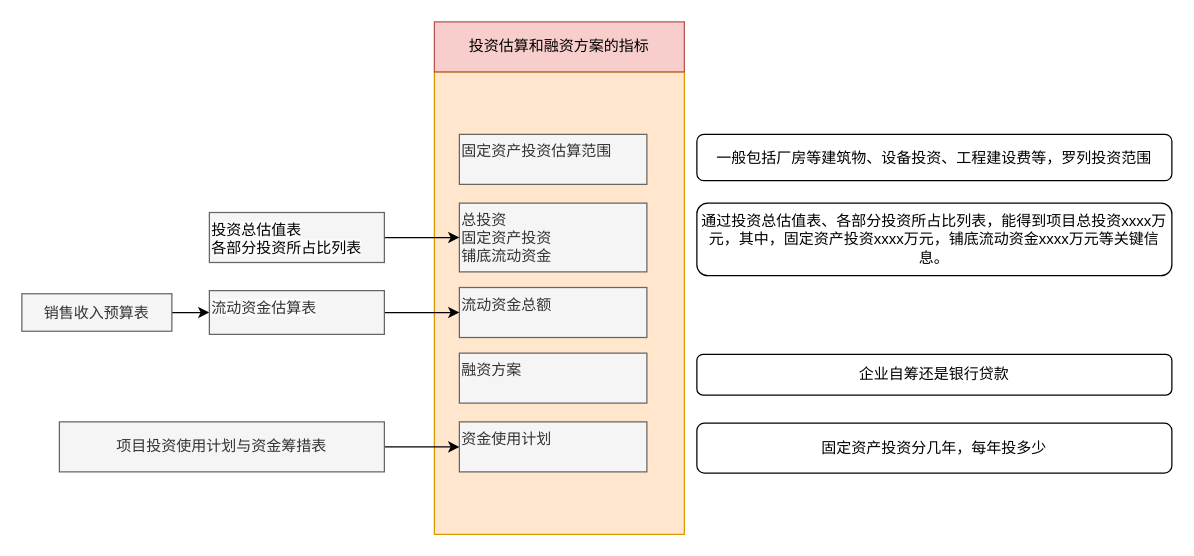
Before: page "Page-2" (2 of 4) of Untitled Diagram.drawio in Yatttin/attention-nmt, a draw.io diagram. Source tidied: cells renumbered, new cells numbered last; positions are measured from the earlier drawing's top-left corner, leaving out a move shared by most shapes. Both pictures are drawn from the tidied source at 125%, with x=0, y=0 at pixel (21, 21).
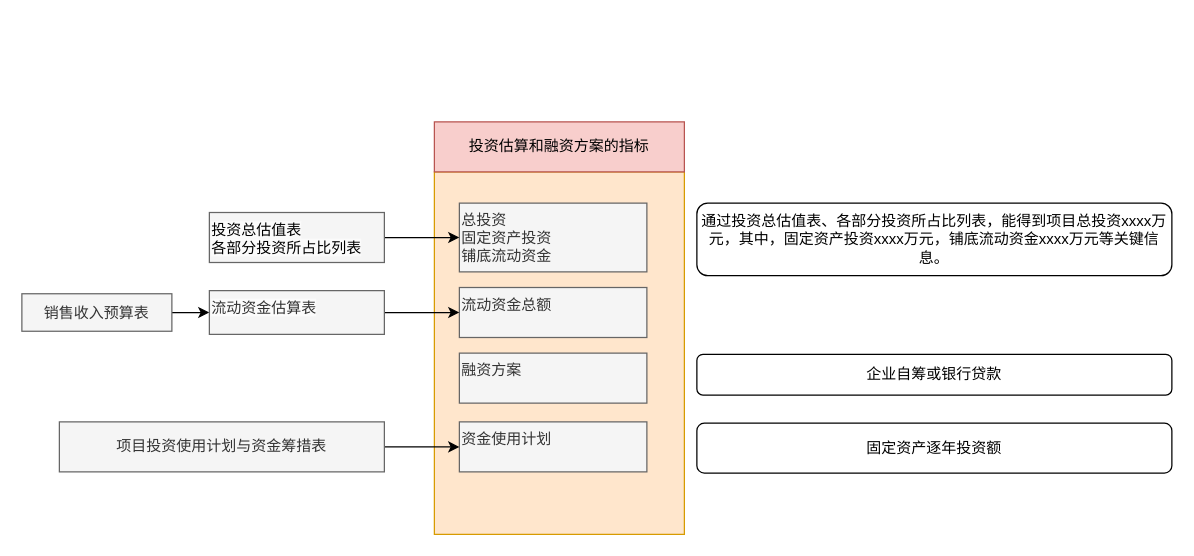
The same diagram, later.

Change to the diagram source:
```diff
@@
     <mxCell id="2" style="rounded=0;whiteSpace=wrap;html=1;fillColor=#ffe6cc;strokeColor=#d79b00;" parent="1" vertex="1">
-      <mxGeometry x="330" y="40" width="200" height="370" as="geometry" />
+      <mxGeometry x="330" y="120" width="200" height="290" as="geometry" />
     </mxCell>
-    <mxCell id="3" value="固定资产投资估算范围" style="text;whiteSpace=wrap;fillColor=#f5f5f5;fontColor=#333333;strokeColor=#666666;" parent="1" vertex="1">
-      <mxGeometry x="350" y="90" width="150" height="40" as="geometry" />
-    </mxCell>
@@
-    <mxCell id="8" value="&lt;span style=&quot;background-color: initial;&quot;&gt;一般包括厂房等建筑物、设备投资、工程建设费等，罗列投资范围&lt;/span&gt;" style="rounded=1;whiteSpace=wrap;html=1;" parent="1" vertex="1">
-      <mxGeometry x="540" y="90" width="380" height="37" as="geometry" />
-    </mxCell>
@@
-    <mxCell id="16" value="企业自筹还是银行贷款" style="rounded=1;whiteSpace=wrap;html=1;" parent="1" vertex="1">
+    <mxCell id="16" value="企业自筹或银行贷款" style="rounded=1;whiteSpace=wrap;html=1;" parent="1" vertex="1">
       <mxGeometry x="540" y="266" width="380" height="32.5" as="geometry" />
     </mxCell>
-    <mxCell id="17" value="固定资产投资分几年，每年投多少" style="rounded=1;whiteSpace=wrap;html=1;" parent="1" vertex="1">
+    <mxCell id="17" value="固定资产逐年投资额" style="rounded=1;whiteSpace=wrap;html=1;" parent="1" vertex="1">
       <mxGeometry x="540" y="321" width="380" height="40" as="geometry" />
     </mxCell>
@@
     <mxCell id="20" value="投资估算和融资方案的指标" style="rounded=0;whiteSpace=wrap;html=1;fillColor=#f8cecc;strokeColor=#b85450;" parent="1" vertex="1">
-      <mxGeometry x="330" width="200" height="40" as="geometry" />
+      <mxGeometry x="330" y="80" width="200" height="40" as="geometry" />
     </mxCell>
```
